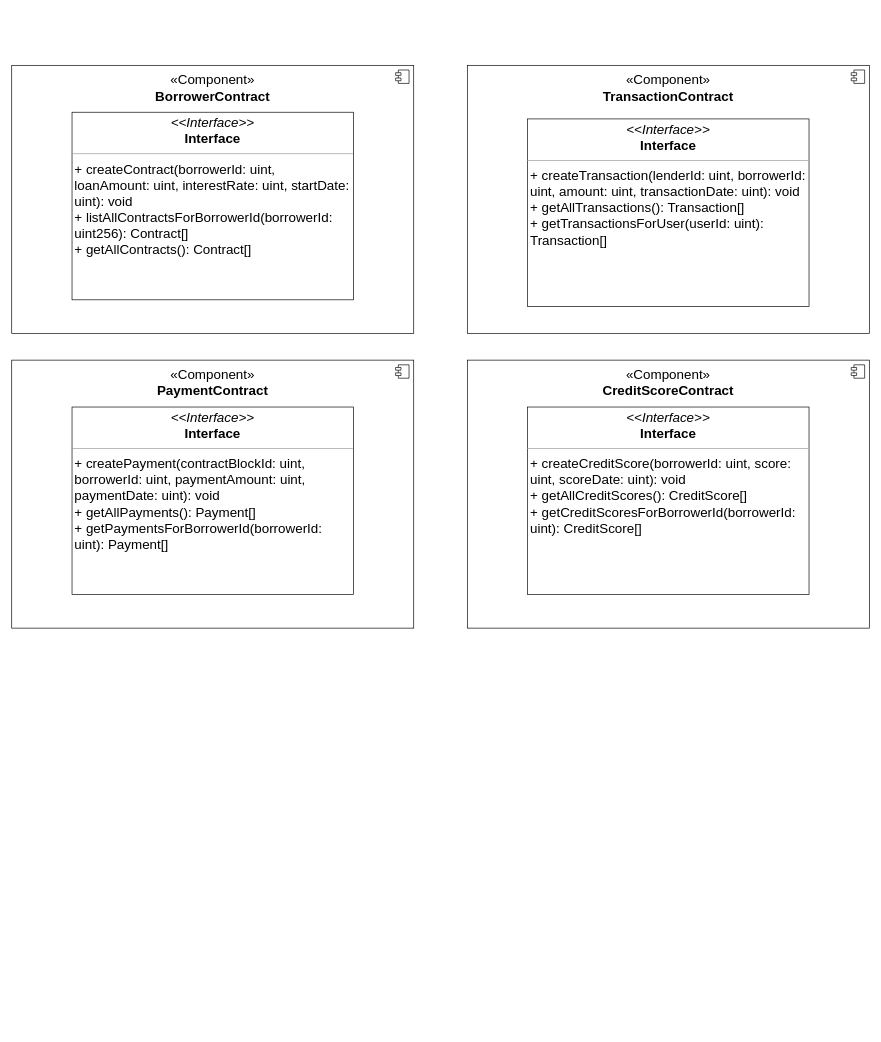
Above: Diagrams/SKY-P2P-CPD.drawio in SQU3AKERS/Sky-P2P (draw.io), before the change. Source tidied: cells renumbered, new cells numbered last; positions are measured from the earlier drawing's top-left corner, leaving out a move shared by most shapes. Both pictures are drawn from the tidied source at 67%, with x=0, y=0 at pixel (11, 65).
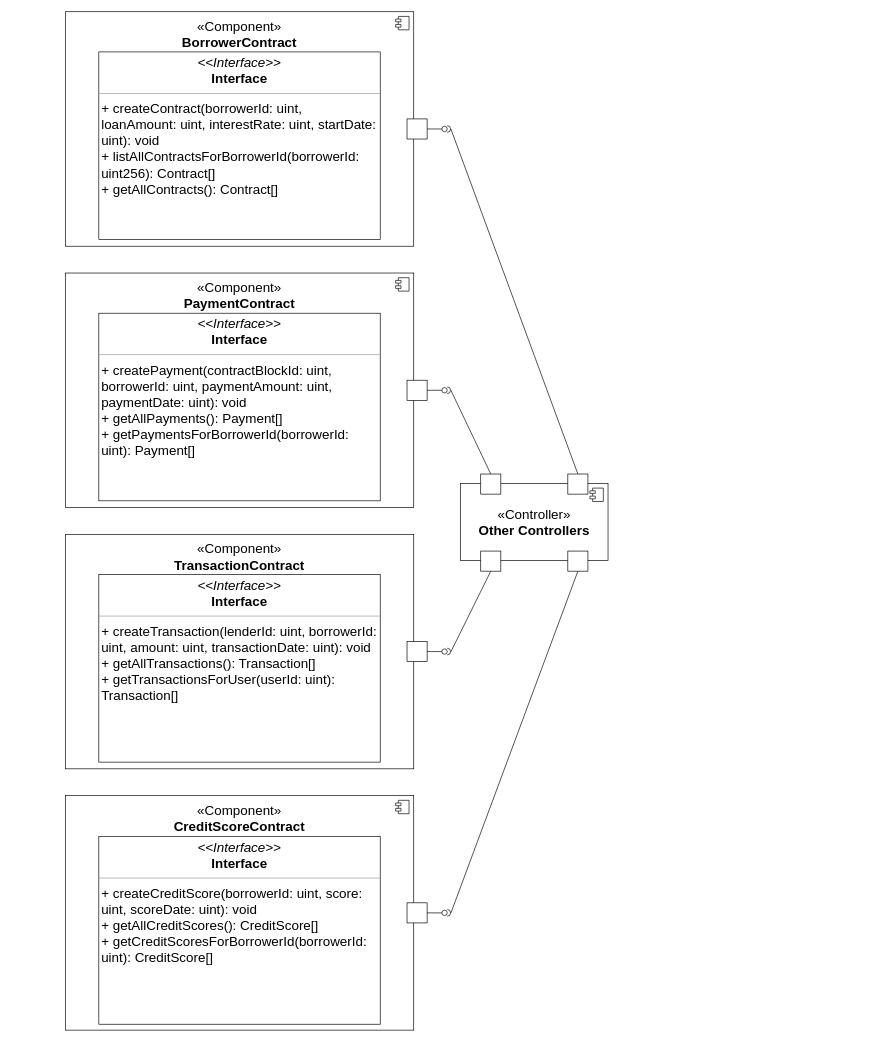
The same page after the edit.

Change to the diagram source:
```diff
@@
-    <mxCell id="2" style="group;" parent="1" vertex="1">
-      <mxGeometry width="600" height="400" as="geometry" />
-    </mxCell>
+    <mxCell id="18" style="endArrow=none;html=1;rounded=0;align=center;verticalAlign=top;endFill=0;labelBackgroundColor=none;endSize=2;exitX=0.5;exitY=0;exitDx=0;exitDy=0;entryX=1.104;entryY=0.489;entryDx=0;entryDy=0;entryPerimeter=0;" parent="1" edge="1" source="31" target="19">
+      <mxGeometry relative="1" as="geometry" />
+    </mxCell>
+    <mxCell id="19" style="shape=requiredInterface;html=1;fontSize=11;align=center;fillColor=none;points=[];verticalAlign=bottom;labelPosition=center;verticalLabelPosition=top;flipH=1;rotation=-180;" parent="1" vertex="1">
+      <mxGeometry x="650" y="90" width="5" height="10" as="geometry" />
+    </mxCell>
+    <mxCell id="20" style="endArrow=none;html=1;rounded=0;align=center;verticalAlign=top;endFill=0;labelBackgroundColor=none;endSize=2;exitX=0.5;exitY=0;exitDx=0;exitDy=0;entryX=1.104;entryY=0.489;entryDx=0;entryDy=0;entryPerimeter=0;" parent="1" edge="1" source="32" target="33">
+      <mxGeometry relative="1" as="geometry" />
+    </mxCell>
+    <mxCell id="21" style="endArrow=none;html=1;rounded=0;align=center;verticalAlign=top;endFill=0;labelBackgroundColor=none;endSize=2;exitX=0.5;exitY=1;exitDx=0;exitDy=0;entryX=1.104;entryY=0.489;entryDx=0;entryDy=0;entryPerimeter=0;" parent="1" edge="1" source="29" target="22">
+      <mxGeometry relative="1" as="geometry" />
+    </mxCell>
+    <mxCell id="22" style="shape=requiredInterface;html=1;fontSize=11;align=center;fillColor=none;points=[];verticalAlign=bottom;labelPosition=center;verticalLabelPosition=top;flipH=1;rotation=-180;" parent="1" vertex="1">
+      <mxGeometry x="650" y="1260" width="5" height="10" as="geometry" />
+    </mxCell>
+    <mxCell id="23" style="endArrow=none;html=1;rounded=0;align=center;verticalAlign=top;endFill=0;labelBackgroundColor=none;endSize=2;exitX=0.5;exitY=1;exitDx=0;exitDy=0;entryX=1.104;entryY=0.489;entryDx=0;entryDy=0;entryPerimeter=0;" parent="1" edge="1" source="30" target="24">
+      <mxGeometry relative="1" as="geometry" />
+    </mxCell>
+    <mxCell id="24" style="shape=requiredInterface;html=1;fontSize=11;align=center;fillColor=none;points=[];verticalAlign=bottom;labelPosition=center;verticalLabelPosition=top;flipH=1;rotation=-180;" parent="1" vertex="1">
+      <mxGeometry x="650" y="870" width="5" height="10" as="geometry" />
+    </mxCell>
+    <mxCell id="25" style="group;" parent="1" vertex="1">
+      <mxGeometry x="650" y="610" width="240" height="145" as="geometry" />
+    </mxCell>
+    <mxCell id="26" style="group;" parent="25" vertex="1">
+      <mxGeometry y="14" width="240" height="131" as="geometry" />
+    </mxCell>
+    <mxCell id="27" value="«Controller»&lt;br style=&quot;font-size: 20px;&quot;&gt;&lt;b style=&quot;font-size: 20px;&quot;&gt;Other Controllers&lt;/b&gt;" style="html=1;whiteSpace=wrap;fontSize=20;" parent="26" vertex="1">
+      <mxGeometry x="20" width="220" height="115" as="geometry" />
+    </mxCell>
+    <mxCell id="28" style="shape=module;jettyWidth=8;jettyHeight=4;" parent="27" vertex="1">
+      <mxGeometry x="1" width="20" height="20" relative="1" as="geometry">
+        <mxPoint x="-27" y="7" as="offset" />
+      </mxGeometry>
+    </mxCell>
+    <mxCell id="29" style="html=1;rounded=0;direction=east;" parent="26" vertex="1">
+      <mxGeometry x="180" y="101" width="30" height="30" as="geometry" />
+    </mxCell>
+    <mxCell id="30" style="html=1;rounded=0;direction=east;" parent="25" vertex="1">
+      <mxGeometry x="50" y="115" width="30" height="30" as="geometry" />
+    </mxCell>
+    <mxCell id="31" style="html=1;rounded=0;direction=east;" parent="25" vertex="1">
+      <mxGeometry x="180" width="30" height="30" as="geometry" />
+    </mxCell>
+    <mxCell id="32" style="html=1;rounded=0;direction=east;" parent="25" vertex="1">
+      <mxGeometry x="50" width="30" height="30" as="geometry" />
+    </mxCell>
+    <mxCell id="33" style="shape=requiredInterface;html=1;fontSize=11;align=center;fillColor=none;points=[];verticalAlign=bottom;labelPosition=center;verticalLabelPosition=top;flipH=1;rotation=-180;" parent="1" vertex="1">
+      <mxGeometry x="650" y="480" width="5" height="10" as="geometry" />
+    </mxCell>
+    <mxCell id="34" style="group;" parent="1" vertex="1">
+      <mxGeometry x="80" y="-80" width="570" height="350" as="geometry" />
+    </mxCell>
-    <mxCell id="3" value="«Component»&lt;br style=&quot;font-size: 20px;&quot;&gt;&lt;b style=&quot;font-size: 20px;&quot;&gt;BorrowerContract&lt;/b&gt;" style="html=1;whiteSpace=wrap;fontSize=20;labelPosition=center;verticalLabelPosition=top;align=center;verticalAlign=bottom;spacingTop=0;spacingBottom=-60;" parent="2" vertex="1">
-      <mxGeometry width="600" height="400" as="geometry" />
+    <mxCell id="3" value="«Component»&lt;br style=&quot;font-size: 20px;&quot;&gt;&lt;b style=&quot;font-size: 20px;&quot;&gt;BorrowerContract&lt;/b&gt;" style="html=1;whiteSpace=wrap;fontSize=20;labelPosition=center;verticalLabelPosition=top;align=center;verticalAlign=bottom;spacingTop=0;spacingBottom=-60;" parent="34" vertex="1">
+      <mxGeometry width="520" height="350" as="geometry" />
     </mxCell>
+    <mxCell id="5" value="&lt;p style=&quot;margin: 4px 0px 0px; text-align: center; font-size: 20px;&quot;&gt;&lt;font style=&quot;font-size: 20px;&quot;&gt;&lt;i style=&quot;&quot;&gt;&amp;lt;&amp;lt;Interface&amp;gt;&amp;gt;&lt;/i&gt;&lt;br&gt;&lt;b style=&quot;&quot;&gt;Interface&lt;/b&gt;&lt;/font&gt;&lt;/p&gt;&lt;hr style=&quot;font-size: 20px;&quot; size=&quot;1&quot;&gt;&lt;p style=&quot;margin: 0px 0px 0px 4px; font-size: 20px;&quot;&gt;&lt;font style=&quot;font-size: 20px;&quot;&gt;+ createContract(borrowerId: uint, loanAmount: uint, interestRate: uint, startDate: uint): void&amp;nbsp;&lt;/font&gt;&lt;/p&gt;&lt;p style=&quot;margin: 0px 0px 0px 4px; font-size: 20px;&quot;&gt;&lt;font style=&quot;font-size: 20px;&quot;&gt;+ listAllContractsForBorrowerId(borrowerId: uint256): Contract[]&amp;nbsp;&lt;/font&gt;&lt;/p&gt;&lt;p style=&quot;margin: 0px 0px 0px 4px; font-size: 20px;&quot;&gt;&lt;font style=&quot;font-size: 20px;&quot;&gt;+ getAllContracts(): Contract[]&lt;/font&gt;&lt;br&gt;&lt;/p&gt;" style="verticalAlign=top;align=left;overflow=fill;fontSize=12;fontFamily=Helvetica;html=1;whiteSpace=wrap;" parent="34" vertex="1">
+      <mxGeometry x="50" y="60" width="420" height="280" as="geometry" />
+    </mxCell>
+    <mxCell id="35" style="html=1;rounded=0;" parent="34" vertex="1">
+      <mxGeometry x="510" y="160" width="30" height="30" as="geometry" />
+    </mxCell>
+    <mxCell id="36" style="endArrow=none;html=1;rounded=0;align=center;verticalAlign=top;endFill=0;labelBackgroundColor=none;endSize=2;" parent="34" edge="1" source="35" target="37">
+      <mxGeometry relative="1" as="geometry" />
+    </mxCell>
+    <mxCell id="37" style="ellipse;html=1;fontSize=11;align=center;fillColor=none;points=[];verticalAlign=bottom;labelPosition=center;verticalLabelPosition=top;flipH=1;" parent="34" vertex="1">
+      <mxGeometry x="562" y="171" width="8" height="8" as="geometry" />
+    </mxCell>
-    <mxCell id="4" style="shape=module;jettyWidth=8;jettyHeight=4;" parent="3" vertex="1">
-      <mxGeometry x="1" width="20" height="20" relative="1" as="geometry">
+    <mxCell id="4" style="shape=module;jettyWidth=8;jettyHeight=4;" parent="34" vertex="1">
+      <mxGeometry x="493" y="7" width="20" height="20" as="geometry">
         <mxPoint x="-27" y="7" as="offset" />
       </mxGeometry>
     </mxCell>
-    <mxCell id="5" value="&lt;p style=&quot;margin: 4px 0px 0px; text-align: center; font-size: 20px;&quot;&gt;&lt;font style=&quot;font-size: 20px;&quot;&gt;&lt;i style=&quot;&quot;&gt;&amp;lt;&amp;lt;Interface&amp;gt;&amp;gt;&lt;/i&gt;&lt;br&gt;&lt;b style=&quot;&quot;&gt;Interface&lt;/b&gt;&lt;/font&gt;&lt;/p&gt;&lt;hr style=&quot;font-size: 20px;&quot; size=&quot;1&quot;&gt;&lt;p style=&quot;margin: 0px 0px 0px 4px; font-size: 20px;&quot;&gt;&lt;font style=&quot;font-size: 20px;&quot;&gt;+ createContract(borrowerId: uint, loanAmount: uint, interestRate: uint, startDate: uint): void&amp;nbsp;&lt;/font&gt;&lt;/p&gt;&lt;p style=&quot;margin: 0px 0px 0px 4px; font-size: 20px;&quot;&gt;&lt;font style=&quot;font-size: 20px;&quot;&gt;+ listAllContractsForBorrowerId(borrowerId: uint256): Contract[]&amp;nbsp;&lt;/font&gt;&lt;/p&gt;&lt;p style=&quot;margin: 0px 0px 0px 4px; font-size: 20px;&quot;&gt;&lt;font style=&quot;font-size: 20px;&quot;&gt;+ getAllContracts(): Contract[]&lt;/font&gt;&lt;br&gt;&lt;/p&gt;" style="verticalAlign=top;align=left;overflow=fill;fontSize=12;fontFamily=Helvetica;html=1;whiteSpace=wrap;" parent="2" vertex="1">
-      <mxGeometry x="90" y="70" width="420" height="280" as="geometry" />
-    </mxCell>
-    <mxCell id="6" style="group;" parent="1" vertex="1">
-      <mxGeometry y="440" width="600" height="400" as="geometry" />
-    </mxCell>
+    <mxCell id="38" style="group;" parent="1" vertex="1">
+      <mxGeometry x="80" y="310" width="570" height="350" as="geometry" />
+    </mxCell>
-    <mxCell id="7" value="«Component»&lt;br style=&quot;font-size: 20px;&quot;&gt;&lt;b style=&quot;font-size: 20px;&quot;&gt;PaymentContract&lt;/b&gt;" style="html=1;whiteSpace=wrap;fontSize=20;labelPosition=center;verticalLabelPosition=top;align=center;verticalAlign=bottom;spacingTop=0;spacingBottom=-60;" parent="6" vertex="1">
-      <mxGeometry width="600" height="400" as="geometry" />
+    <mxCell id="7" value="«Component»&lt;br style=&quot;font-size: 20px;&quot;&gt;&lt;b style=&quot;font-size: 20px;&quot;&gt;PaymentContract&lt;/b&gt;" style="html=1;whiteSpace=wrap;fontSize=20;labelPosition=center;verticalLabelPosition=top;align=center;verticalAlign=bottom;spacingTop=0;spacingBottom=-60;" parent="38" vertex="1">
+      <mxGeometry width="520" height="350" as="geometry" />
     </mxCell>
@@
-    <mxCell id="9" value="&lt;p style=&quot;margin: 4px 0px 0px; text-align: center; font-size: 20px;&quot;&gt;&lt;font style=&quot;font-size: 20px;&quot;&gt;&lt;i style=&quot;&quot;&gt;&amp;lt;&amp;lt;Interface&amp;gt;&amp;gt;&lt;/i&gt;&lt;br&gt;&lt;b style=&quot;&quot;&gt;Interface&lt;/b&gt;&lt;/font&gt;&lt;/p&gt;&lt;hr style=&quot;font-size: 20px;&quot; size=&quot;1&quot;&gt;&lt;p style=&quot;margin: 0px 0px 0px 4px; font-size: 20px;&quot;&gt;&lt;font style=&quot;font-size: 20px;&quot;&gt;+ createPayment(contractBlockId: uint, borrowerId: uint, paymentAmount: uint, paymentDate: uint): void&lt;/font&gt;&lt;/p&gt;&lt;p style=&quot;margin: 0px 0px 0px 4px; font-size: 20px;&quot;&gt;&lt;font style=&quot;font-size: 20px;&quot;&gt;+ getAllPayments(): Payment[]&lt;/font&gt;&lt;/p&gt;&lt;p style=&quot;margin: 0px 0px 0px 4px; font-size: 20px;&quot;&gt;&lt;font style=&quot;font-size: 20px;&quot;&gt;+ getPaymentsForBorrowerId(borrowerId: uint): Payment[]&lt;/font&gt;&lt;/p&gt;" style="verticalAlign=top;align=left;overflow=fill;fontSize=12;fontFamily=Helvetica;html=1;whiteSpace=wrap;" parent="6" vertex="1">
-      <mxGeometry x="90" y="70" width="420" height="280" as="geometry" />
+    <mxCell id="9" value="&lt;p style=&quot;margin: 4px 0px 0px; text-align: center; font-size: 20px;&quot;&gt;&lt;font style=&quot;font-size: 20px;&quot;&gt;&lt;i style=&quot;&quot;&gt;&amp;lt;&amp;lt;Interface&amp;gt;&amp;gt;&lt;/i&gt;&lt;br&gt;&lt;b style=&quot;&quot;&gt;Interface&lt;/b&gt;&lt;/font&gt;&lt;/p&gt;&lt;hr style=&quot;font-size: 20px;&quot; size=&quot;1&quot;&gt;&lt;p style=&quot;margin: 0px 0px 0px 4px; font-size: 20px;&quot;&gt;&lt;font style=&quot;font-size: 20px;&quot;&gt;+ createPayment(contractBlockId: uint, borrowerId: uint, paymentAmount: uint, paymentDate: uint): void&lt;/font&gt;&lt;/p&gt;&lt;p style=&quot;margin: 0px 0px 0px 4px; font-size: 20px;&quot;&gt;&lt;font style=&quot;font-size: 20px;&quot;&gt;+ getAllPayments(): Payment[]&lt;/font&gt;&lt;/p&gt;&lt;p style=&quot;margin: 0px 0px 0px 4px; font-size: 20px;&quot;&gt;&lt;font style=&quot;font-size: 20px;&quot;&gt;+ getPaymentsForBorrowerId(borrowerId: uint): Payment[]&lt;/font&gt;&lt;/p&gt;" style="verticalAlign=top;align=left;overflow=fill;fontSize=12;fontFamily=Helvetica;html=1;whiteSpace=wrap;" parent="38" vertex="1">
+      <mxGeometry x="50" y="60" width="420" height="280" as="geometry" />
     </mxCell>
-    <mxCell id="10" style="group;" parent="1" vertex="1">
-      <mxGeometry x="680" width="600" height="400" as="geometry" />
-    </mxCell>
+    <mxCell id="39" style="html=1;rounded=0;" parent="38" vertex="1">
+      <mxGeometry x="510" y="160" width="30" height="30" as="geometry" />
+    </mxCell>
+    <mxCell id="40" style="endArrow=none;html=1;rounded=0;align=center;verticalAlign=top;endFill=0;labelBackgroundColor=none;endSize=2;" parent="38" edge="1" source="39" target="41">
+      <mxGeometry relative="1" as="geometry" />
+    </mxCell>
+    <mxCell id="41" style="ellipse;html=1;fontSize=11;align=center;fillColor=none;points=[];verticalAlign=bottom;labelPosition=center;verticalLabelPosition=top;flipH=1;" parent="38" vertex="1">
+      <mxGeometry x="562" y="171" width="8" height="8" as="geometry" />
+    </mxCell>
+    <mxCell id="42" style="group;" parent="1" vertex="1">
+      <mxGeometry x="80" y="700" width="570" height="350" as="geometry" />
+    </mxCell>
-    <mxCell id="11" value="«Component»&lt;br style=&quot;font-size: 20px;&quot;&gt;&lt;b style=&quot;font-size: 20px;&quot;&gt;TransactionContract&lt;/b&gt;" style="html=1;whiteSpace=wrap;fontSize=20;labelPosition=center;verticalLabelPosition=top;align=center;verticalAlign=bottom;spacingTop=0;spacingBottom=-60;" parent="10" vertex="1">
-      <mxGeometry width="600" height="400" as="geometry" />
+    <mxCell id="11" value="«Component»&lt;br style=&quot;font-size: 20px;&quot;&gt;&lt;b style=&quot;font-size: 20px;&quot;&gt;TransactionContract&lt;/b&gt;" style="html=1;whiteSpace=wrap;fontSize=20;labelPosition=center;verticalLabelPosition=top;align=center;verticalAlign=bottom;spacingTop=0;spacingBottom=-60;" parent="42" vertex="1">
+      <mxGeometry width="520" height="350" as="geometry" />
     </mxCell>
-    <mxCell id="12" style="shape=module;jettyWidth=8;jettyHeight=4;" parent="11" vertex="1">
-      <mxGeometry x="1" width="20" height="20" relative="1" as="geometry">
-        <mxPoint x="-27" y="7" as="offset" />
-      </mxGeometry>
-    </mxCell>
-    <mxCell id="13" value="&lt;p style=&quot;margin: 4px 0px 0px; text-align: center; font-size: 20px;&quot;&gt;&lt;font style=&quot;font-size: 20px;&quot;&gt;&lt;i style=&quot;&quot;&gt;&amp;lt;&amp;lt;Interface&amp;gt;&amp;gt;&lt;/i&gt;&lt;br&gt;&lt;b style=&quot;&quot;&gt;Interface&lt;/b&gt;&lt;/font&gt;&lt;/p&gt;&lt;hr style=&quot;font-size: 20px;&quot; size=&quot;1&quot;&gt;&lt;p style=&quot;margin: 0px 0px 0px 4px; font-size: 20px;&quot;&gt;&lt;font style=&quot;font-size: 20px;&quot;&gt;+ createTransaction(lenderId: uint, borrowerId: uint, amount: uint, transactionDate: uint): void&lt;/font&gt;&lt;/p&gt;&lt;p style=&quot;margin: 0px 0px 0px 4px; font-size: 20px;&quot;&gt;&lt;font style=&quot;font-size: 20px;&quot;&gt;+ getAllTransactions(): Transaction[]&lt;/font&gt;&lt;/p&gt;&lt;p style=&quot;margin: 0px 0px 0px 4px; font-size: 20px;&quot;&gt;&lt;font style=&quot;font-size: 20px;&quot;&gt;+ getTransactionsForUser(userId: uint): Transaction[]&lt;/font&gt;&lt;/p&gt;" style="verticalAlign=top;align=left;overflow=fill;fontSize=12;fontFamily=Helvetica;html=1;whiteSpace=wrap;" parent="10" vertex="1">
-      <mxGeometry x="90" y="80" width="420" height="280" as="geometry" />
+    <mxCell id="13" value="&lt;p style=&quot;margin: 4px 0px 0px; text-align: center; font-size: 20px;&quot;&gt;&lt;font style=&quot;font-size: 20px;&quot;&gt;&lt;i style=&quot;&quot;&gt;&amp;lt;&amp;lt;Interface&amp;gt;&amp;gt;&lt;/i&gt;&lt;br&gt;&lt;b style=&quot;&quot;&gt;Interface&lt;/b&gt;&lt;/font&gt;&lt;/p&gt;&lt;hr style=&quot;font-size: 20px;&quot; size=&quot;1&quot;&gt;&lt;p style=&quot;margin: 0px 0px 0px 4px; font-size: 20px;&quot;&gt;&lt;font style=&quot;font-size: 20px;&quot;&gt;+ createTransaction(lenderId: uint, borrowerId: uint, amount: uint, transactionDate: uint): void&lt;/font&gt;&lt;/p&gt;&lt;p style=&quot;margin: 0px 0px 0px 4px; font-size: 20px;&quot;&gt;&lt;font style=&quot;font-size: 20px;&quot;&gt;+ getAllTransactions(): Transaction[]&lt;/font&gt;&lt;/p&gt;&lt;p style=&quot;margin: 0px 0px 0px 4px; font-size: 20px;&quot;&gt;&lt;font style=&quot;font-size: 20px;&quot;&gt;+ getTransactionsForUser(userId: uint): Transaction[]&lt;/font&gt;&lt;/p&gt;" style="verticalAlign=top;align=left;overflow=fill;fontSize=12;fontFamily=Helvetica;html=1;whiteSpace=wrap;" parent="42" vertex="1">
+      <mxGeometry x="50" y="60" width="420" height="280" as="geometry" />
     </mxCell>
-    <mxCell id="14" style="group;" parent="1" vertex="1">
-      <mxGeometry x="680" y="440" width="600" height="400" as="geometry" />
-    </mxCell>
+    <mxCell id="43" style="html=1;rounded=0;" parent="42" vertex="1">
+      <mxGeometry x="510" y="160" width="30" height="30" as="geometry" />
+    </mxCell>
+    <mxCell id="44" style="endArrow=none;html=1;rounded=0;align=center;verticalAlign=top;endFill=0;labelBackgroundColor=none;endSize=2;" parent="42" edge="1" source="43" target="45">
+      <mxGeometry relative="1" as="geometry" />
+    </mxCell>
+    <mxCell id="45" style="ellipse;html=1;fontSize=11;align=center;fillColor=none;points=[];verticalAlign=bottom;labelPosition=center;verticalLabelPosition=top;flipH=1;" parent="42" vertex="1">
+      <mxGeometry x="562" y="171" width="8" height="8" as="geometry" />
+    </mxCell>
+    <mxCell id="46" style="group;" parent="1" vertex="1">
+      <mxGeometry x="80" y="1090" width="570" height="350" as="geometry" />
+    </mxCell>
+    <mxCell id="47" style="ellipse;html=1;fontSize=11;align=center;fillColor=none;points=[];verticalAlign=bottom;labelPosition=center;verticalLabelPosition=top;flipH=1;" parent="46" vertex="1">
+      <mxGeometry x="562" y="171" width="8" height="8" as="geometry" />
+    </mxCell>
-    <mxCell id="15" value="«Component»&lt;br style=&quot;font-size: 20px;&quot;&gt;&lt;b style=&quot;font-size: 20px;&quot;&gt;CreditScoreContract&lt;/b&gt;" style="html=1;whiteSpace=wrap;fontSize=20;labelPosition=center;verticalLabelPosition=top;align=center;verticalAlign=bottom;spacingTop=0;spacingBottom=-60;" parent="14" vertex="1">
-      <mxGeometry width="600" height="400" as="geometry" />
+    <mxCell id="15" value="«Component»&lt;br style=&quot;font-size: 20px;&quot;&gt;&lt;b style=&quot;font-size: 20px;&quot;&gt;CreditScoreContract&lt;/b&gt;" style="html=1;whiteSpace=wrap;fontSize=20;labelPosition=center;verticalLabelPosition=top;align=center;verticalAlign=bottom;spacingTop=0;spacingBottom=-60;" parent="46" vertex="1">
+      <mxGeometry width="520" height="350" as="geometry" />
     </mxCell>
@@
-    <mxCell id="17" value="&lt;p style=&quot;margin: 4px 0px 0px; text-align: center; font-size: 20px;&quot;&gt;&lt;font style=&quot;font-size: 20px;&quot;&gt;&lt;i style=&quot;&quot;&gt;&amp;lt;&amp;lt;Interface&amp;gt;&amp;gt;&lt;/i&gt;&lt;br&gt;&lt;b style=&quot;&quot;&gt;Interface&lt;/b&gt;&lt;/font&gt;&lt;/p&gt;&lt;hr style=&quot;font-size: 20px;&quot; size=&quot;1&quot;&gt;&lt;p style=&quot;margin: 0px 0px 0px 4px; font-size: 20px;&quot;&gt;&lt;font style=&quot;font-size: 20px;&quot;&gt;+ createCreditScore(borrowerId: uint, score: uint, scoreDate: uint): void&amp;nbsp;&lt;/font&gt;&lt;/p&gt;&lt;p style=&quot;margin: 0px 0px 0px 4px; font-size: 20px;&quot;&gt;&lt;font style=&quot;font-size: 20px;&quot;&gt;+ getAllCreditScores(): CreditScore[]&amp;nbsp;&lt;/font&gt;&lt;/p&gt;&lt;p style=&quot;margin: 0px 0px 0px 4px; font-size: 20px;&quot;&gt;&lt;font style=&quot;font-size: 20px;&quot;&gt;+ getCreditScoresForBorrowerId(borrowerId: uint): CreditScore[]&lt;/font&gt;&lt;br&gt;&lt;/p&gt;" style="verticalAlign=top;align=left;overflow=fill;fontSize=12;fontFamily=Helvetica;html=1;whiteSpace=wrap;" parent="14" vertex="1">
-      <mxGeometry x="90" y="70" width="420" height="280" as="geometry" />
+    <mxCell id="17" value="&lt;p style=&quot;margin: 4px 0px 0px; text-align: center; font-size: 20px;&quot;&gt;&lt;font style=&quot;font-size: 20px;&quot;&gt;&lt;i style=&quot;&quot;&gt;&amp;lt;&amp;lt;Interface&amp;gt;&amp;gt;&lt;/i&gt;&lt;br&gt;&lt;b style=&quot;&quot;&gt;Interface&lt;/b&gt;&lt;/font&gt;&lt;/p&gt;&lt;hr style=&quot;font-size: 20px;&quot; size=&quot;1&quot;&gt;&lt;p style=&quot;margin: 0px 0px 0px 4px; font-size: 20px;&quot;&gt;&lt;font style=&quot;font-size: 20px;&quot;&gt;+ createCreditScore(borrowerId: uint, score: uint, scoreDate: uint): void&amp;nbsp;&lt;/font&gt;&lt;/p&gt;&lt;p style=&quot;margin: 0px 0px 0px 4px; font-size: 20px;&quot;&gt;&lt;font style=&quot;font-size: 20px;&quot;&gt;+ getAllCreditScores(): CreditScore[]&amp;nbsp;&lt;/font&gt;&lt;/p&gt;&lt;p style=&quot;margin: 0px 0px 0px 4px; font-size: 20px;&quot;&gt;&lt;font style=&quot;font-size: 20px;&quot;&gt;+ getCreditScoresForBorrowerId(borrowerId: uint): CreditScore[]&lt;/font&gt;&lt;br&gt;&lt;/p&gt;" style="verticalAlign=top;align=left;overflow=fill;fontSize=12;fontFamily=Helvetica;html=1;whiteSpace=wrap;" parent="46" vertex="1">
+      <mxGeometry x="50" y="61.2" width="420" height="280" as="geometry" />
     </mxCell>
+    <mxCell id="48" style="html=1;rounded=0;" parent="46" vertex="1">
+      <mxGeometry x="510" y="160" width="30" height="30" as="geometry" />
+    </mxCell>
+    <mxCell id="49" style="endArrow=none;html=1;rounded=0;align=center;verticalAlign=top;endFill=0;labelBackgroundColor=none;endSize=2;" parent="46" edge="1" source="48" target="47">
+      <mxGeometry relative="1" as="geometry" />
+    </mxCell>
```
